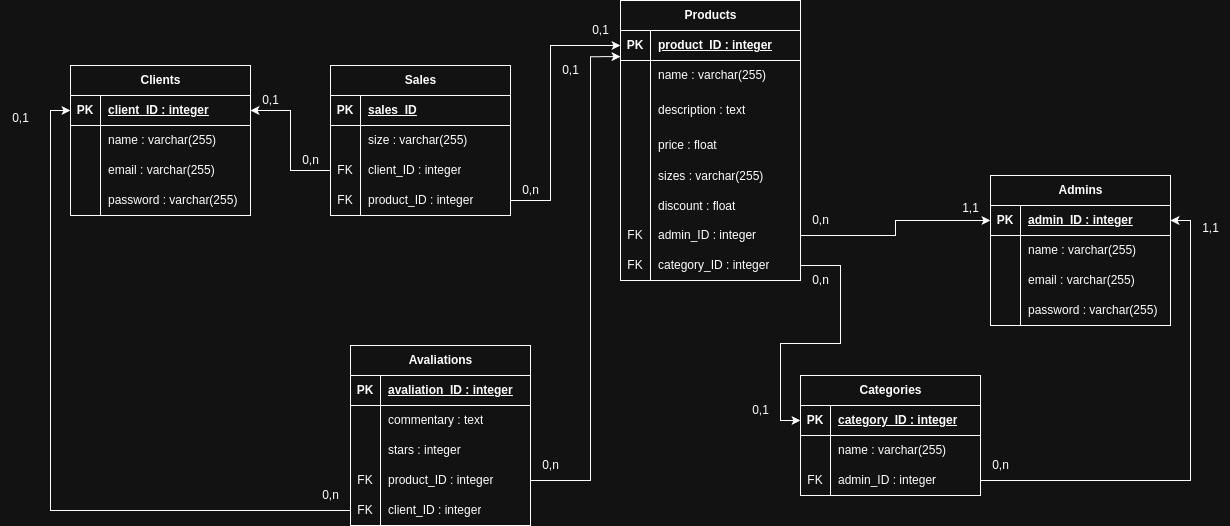
The draw.io diagram docs/db/KpEsportes_DB_MR.png in Alysson-Chrysthian/Kp-Esportes_Backend, before a commit. Source tidied: cells renumbered, new cells last; positions are measured from the earlier drawing's top-left corner, leaving out a move shared by most shapes.
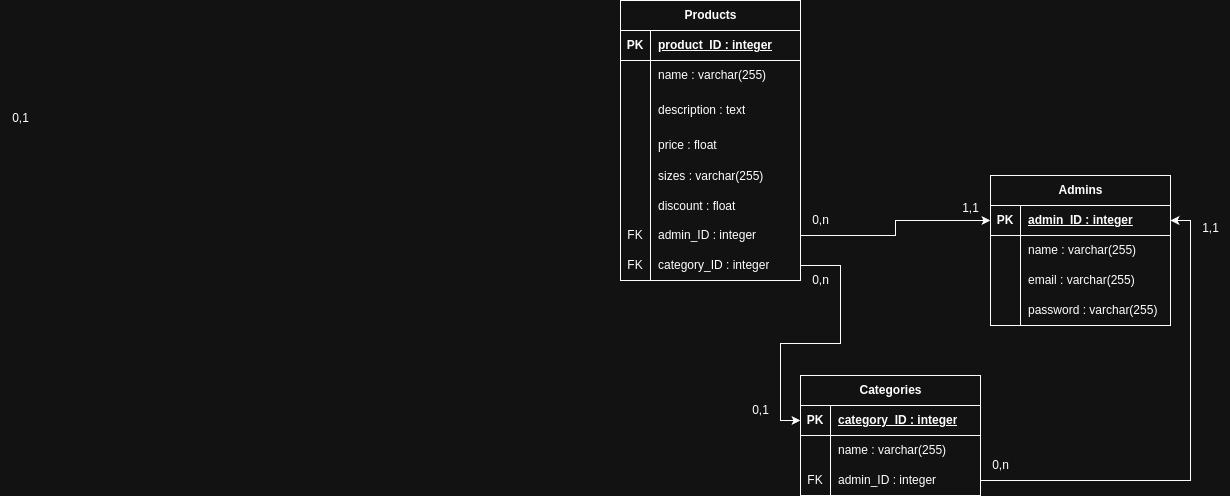
Later version of the same file.

Diff of the diagram source:
```diff
@@ -2,45 +2,6 @@
   <root>
     <mxCell id="0" />
     <mxCell id="1" parent="0" />
-    <mxCell id="2" value="Clients" style="shape=table;startSize=30;rowLines=0;fontStyle=1;align=center;html=1;" parent="1" vertex="1">
-      <mxGeometry x="70" y="65" width="180" height="150" as="geometry" />
-    </mxCell>
-    <mxCell id="3" style="shape=tableRow;horizontal=0;startSize=0;swimlaneHead=0;swimlaneBody=0;fillColor=none;points=[[0,0.5],[1,0.5]];portConstraint=eastwest;top=0;left=0;right=0;bottom=1;" parent="2" vertex="1">
-      <mxGeometry y="30" width="180" height="30" as="geometry" />
-    </mxCell>
-    <mxCell id="4" value="PK" style="shape=partialRectangle;fillColor=none;top=0;left=0;bottom=0;right=0;fontStyle=1;overflow=hidden;whiteSpace=wrap;html=1;" parent="3" vertex="1">
-      <mxGeometry width="30" height="30" as="geometry" />
-    </mxCell>
-    <mxCell id="5" value="client_ID : integer" style="shape=partialRectangle;fillColor=none;top=0;left=0;bottom=0;right=0;align=left;spacingLeft=6;fontStyle=5;overflow=hidden;whiteSpace=wrap;html=1;" parent="3" vertex="1">
-      <mxGeometry x="30" width="150" height="30" as="geometry" />
-    </mxCell>
-    <mxCell id="6" style="shape=tableRow;horizontal=0;startSize=0;swimlaneHead=0;swimlaneBody=0;fillColor=none;top=0;left=0;right=0;bottom=0;" parent="2" vertex="1">
-      <mxGeometry y="60" width="180" height="30" as="geometry" />
-    </mxCell>
-    <mxCell id="7" style="shape=partialRectangle;fillColor=none;top=0;left=0;bottom=0;right=0;overflow=hidden;whiteSpace=wrap;html=1;" parent="6" vertex="1">
-      <mxGeometry width="30" height="30" as="geometry" />
-    </mxCell>
-    <mxCell id="8" value="name : varchar(255)" style="shape=partialRectangle;fillColor=none;top=0;left=0;bottom=0;right=0;align=left;spacingLeft=6;overflow=hidden;whiteSpace=wrap;html=1;" parent="6" vertex="1">
-      <mxGeometry x="30" width="150" height="30" as="geometry" />
-    </mxCell>
-    <mxCell id="9" style="shape=tableRow;horizontal=0;startSize=0;swimlaneHead=0;swimlaneBody=0;fillColor=none;top=0;left=0;right=0;bottom=0;" parent="2" vertex="1">
-      <mxGeometry y="90" width="180" height="30" as="geometry" />
-    </mxCell>
-    <mxCell id="10" style="shape=partialRectangle;fillColor=none;top=0;left=0;bottom=0;right=0;overflow=hidden;whiteSpace=wrap;html=1;" parent="9" vertex="1">
-      <mxGeometry width="30" height="30" as="geometry" />
-    </mxCell>
-    <mxCell id="11" value="email : varchar(255)" style="shape=partialRectangle;fillColor=none;top=0;left=0;bottom=0;right=0;align=left;spacingLeft=6;overflow=hidden;whiteSpace=wrap;html=1;" parent="9" vertex="1">
-      <mxGeometry x="30" width="150" height="30" as="geometry" />
-    </mxCell>
-    <mxCell id="12" style="shape=tableRow;horizontal=0;startSize=0;swimlaneHead=0;swimlaneBody=0;fillColor=none;top=0;left=0;right=0;bottom=0;" parent="2" vertex="1">
-      <mxGeometry y="120" width="180" height="30" as="geometry" />
-    </mxCell>
-    <mxCell id="13" style="shape=partialRectangle;fillColor=none;top=0;left=0;bottom=0;right=0;overflow=hidden;whiteSpace=wrap;html=1;" parent="12" vertex="1">
-      <mxGeometry width="30" height="30" as="geometry" />
-    </mxCell>
-    <mxCell id="14" value="password : varchar(255)" style="shape=partialRectangle;fillColor=none;top=0;left=0;bottom=0;right=0;align=left;spacingLeft=6;overflow=hidden;whiteSpace=wrap;html=1;" parent="12" vertex="1">
-      <mxGeometry x="30" width="150" height="30" as="geometry" />
-    </mxCell>
     <mxCell id="15" value="Admins" style="shape=table;startSize=30;rowLines=0;fontStyle=1;align=center;html=1;" parent="1" vertex="1">
       <mxGeometry x="990" y="175" width="180" height="150" as="geometry" />
     </mxCell>
@@ -155,45 +116,6 @@
     <mxCell id="52" value="category_ID : integer" style="shape=partialRectangle;fillColor=none;top=0;left=0;bottom=0;right=0;align=left;spacingLeft=6;fontStyle=0;overflow=hidden;whiteSpace=wrap;html=1;" parent="50" vertex="1">
       <mxGeometry x="30" width="150" height="30" as="geometry" />
     </mxCell>
-    <mxCell id="53" value="Sales" style="shape=table;startSize=30;rowLines=0;fontStyle=1;align=center;html=1;" parent="1" vertex="1">
-      <mxGeometry x="330" y="65" width="180" height="150" as="geometry" />
-    </mxCell>
-    <mxCell id="54" style="shape=tableRow;horizontal=0;startSize=0;swimlaneHead=0;swimlaneBody=0;fillColor=none;top=0;left=0;right=0;bottom=1;" parent="53" vertex="1">
-      <mxGeometry y="30" width="180" height="30" as="geometry" />
-    </mxCell>
-    <mxCell id="55" value="PK" style="shape=partialRectangle;fillColor=none;top=0;left=0;bottom=0;right=0;fontStyle=1;overflow=hidden;whiteSpace=wrap;html=1;" parent="54" vertex="1">
-      <mxGeometry width="30" height="30" as="geometry" />
-    </mxCell>
-    <mxCell id="56" value="sales_ID" style="shape=partialRectangle;fillColor=none;top=0;left=0;bottom=0;right=0;align=left;spacingLeft=6;fontStyle=5;overflow=hidden;whiteSpace=wrap;html=1;" parent="54" vertex="1">
-      <mxGeometry x="30" width="150" height="30" as="geometry" />
-    </mxCell>
-    <mxCell id="57" style="shape=tableRow;horizontal=0;startSize=0;swimlaneHead=0;swimlaneBody=0;fillColor=none;top=0;left=0;right=0;bottom=0;" parent="53" vertex="1">
-      <mxGeometry y="60" width="180" height="30" as="geometry" />
-    </mxCell>
-    <mxCell id="58" style="shape=partialRectangle;fillColor=none;top=0;left=0;bottom=0;right=0;overflow=hidden;whiteSpace=wrap;html=1;" parent="57" vertex="1">
-      <mxGeometry width="30" height="30" as="geometry" />
-    </mxCell>
-    <mxCell id="59" value="size : varchar(255)" style="shape=partialRectangle;fillColor=none;top=0;left=0;bottom=0;right=0;align=left;spacingLeft=6;overflow=hidden;whiteSpace=wrap;html=1;" parent="57" vertex="1">
-      <mxGeometry x="30" width="150" height="30" as="geometry" />
-    </mxCell>
-    <mxCell id="60" style="shape=tableRow;horizontal=0;startSize=0;swimlaneHead=0;swimlaneBody=0;fillColor=none;points=[[0,0.5],[1,0.5]];portConstraint=eastwest;top=0;left=0;right=0;bottom=0;" parent="53" vertex="1">
-      <mxGeometry y="90" width="180" height="30" as="geometry" />
-    </mxCell>
-    <mxCell id="61" value="FK" style="shape=partialRectangle;fillColor=none;top=0;left=0;bottom=0;right=0;overflow=hidden;whiteSpace=wrap;html=1;" parent="60" vertex="1">
-      <mxGeometry width="30" height="30" as="geometry" />
-    </mxCell>
-    <mxCell id="62" value="client_ID : integer" style="shape=partialRectangle;fillColor=none;top=0;left=0;bottom=0;right=0;align=left;spacingLeft=6;overflow=hidden;whiteSpace=wrap;html=1;" parent="60" vertex="1">
-      <mxGeometry x="30" width="150" height="30" as="geometry" />
-    </mxCell>
-    <mxCell id="63" style="shape=tableRow;horizontal=0;startSize=0;swimlaneHead=0;swimlaneBody=0;fillColor=none;points=[[0,0.5],[1,0.5]];portConstraint=eastwest;top=0;left=0;right=0;bottom=0;" parent="53" vertex="1">
-      <mxGeometry y="120" width="180" height="30" as="geometry" />
-    </mxCell>
-    <mxCell id="64" value="FK" style="shape=partialRectangle;fillColor=none;top=0;left=0;bottom=0;right=0;overflow=hidden;whiteSpace=wrap;html=1;" parent="63" vertex="1">
-      <mxGeometry width="30" height="30" as="geometry" />
-    </mxCell>
-    <mxCell id="65" value="product_ID : integer" style="shape=partialRectangle;fillColor=none;top=0;left=0;bottom=0;right=0;align=left;spacingLeft=6;overflow=hidden;whiteSpace=wrap;html=1;" parent="63" vertex="1">
-      <mxGeometry x="30" width="150" height="30" as="geometry" />
-    </mxCell>
     <mxCell id="66" value="Categories" style="shape=table;startSize=30;rowLines=0;fontStyle=1;align=center;html=1;" parent="1" vertex="1">
       <mxGeometry x="800" y="375" width="180" height="120" as="geometry" />
     </mxCell>
@@ -224,77 +146,6 @@
     <mxCell id="75" value="admin_ID : integer" style="shape=partialRectangle;fillColor=none;top=0;left=0;bottom=0;right=0;align=left;spacingLeft=6;fontStyle=0;overflow=hidden;whiteSpace=wrap;html=1;" parent="73" vertex="1">
       <mxGeometry x="30" width="150" height="30" as="geometry" />
     </mxCell>
-    <mxCell id="76" value="Avaliations" style="shape=table;startSize=30;rowLines=0;fontStyle=1;align=center;html=1;" parent="1" vertex="1">
-      <mxGeometry x="350" y="345" width="180" height="180" as="geometry" />
-    </mxCell>
-    <mxCell id="77" style="shape=tableRow;horizontal=0;startSize=0;swimlaneHead=0;swimlaneBody=0;fillColor=none;top=0;left=0;right=0;bottom=1;" parent="76" vertex="1">
-      <mxGeometry y="30" width="180" height="30" as="geometry" />
-    </mxCell>
-    <mxCell id="78" value="PK" style="shape=partialRectangle;fillColor=none;top=0;left=0;bottom=0;right=0;fontStyle=1;overflow=hidden;whiteSpace=wrap;html=1;" parent="77" vertex="1">
-      <mxGeometry width="30" height="30" as="geometry" />
-    </mxCell>
-    <mxCell id="79" value="avaliation_ID : integer" style="shape=partialRectangle;fillColor=none;top=0;left=0;bottom=0;right=0;align=left;spacingLeft=6;fontStyle=5;overflow=hidden;whiteSpace=wrap;html=1;" parent="77" vertex="1">
-      <mxGeometry x="30" width="150" height="30" as="geometry" />
-    </mxCell>
-    <mxCell id="80" style="shape=tableRow;horizontal=0;startSize=0;swimlaneHead=0;swimlaneBody=0;fillColor=none;top=0;left=0;right=0;bottom=0;" parent="76" vertex="1">
-      <mxGeometry y="60" width="180" height="30" as="geometry" />
-    </mxCell>
-    <mxCell id="81" style="shape=partialRectangle;fillColor=none;top=0;left=0;bottom=0;right=0;overflow=hidden;whiteSpace=wrap;html=1;" parent="80" vertex="1">
-      <mxGeometry width="30" height="30" as="geometry" />
-    </mxCell>
-    <mxCell id="82" value="commentary : text" style="shape=partialRectangle;fillColor=none;top=0;left=0;bottom=0;right=0;align=left;spacingLeft=6;overflow=hidden;whiteSpace=wrap;html=1;" parent="80" vertex="1">
-      <mxGeometry x="30" width="150" height="30" as="geometry" />
-    </mxCell>
-    <mxCell id="83" style="shape=tableRow;horizontal=0;startSize=0;swimlaneHead=0;swimlaneBody=0;fillColor=none;top=0;left=0;right=0;bottom=0;" parent="76" vertex="1">
-      <mxGeometry y="90" width="180" height="30" as="geometry" />
-    </mxCell>
-    <mxCell id="84" style="shape=partialRectangle;fillColor=none;top=0;left=0;bottom=0;right=0;overflow=hidden;whiteSpace=wrap;html=1;" parent="83" vertex="1">
-      <mxGeometry width="30" height="30" as="geometry" />
-    </mxCell>
-    <mxCell id="85" value="stars : integer" style="shape=partialRectangle;fillColor=none;top=0;left=0;bottom=0;right=0;align=left;spacingLeft=6;overflow=hidden;whiteSpace=wrap;html=1;" parent="83" vertex="1">
-      <mxGeometry x="30" width="150" height="30" as="geometry" />
-    </mxCell>
-    <mxCell id="86" style="shape=tableRow;horizontal=0;startSize=0;swimlaneHead=0;swimlaneBody=0;fillColor=none;points=[[0,0.5],[1,0.5]];portConstraint=eastwest;top=0;left=0;right=0;bottom=0;" parent="76" vertex="1">
-      <mxGeometry y="120" width="180" height="30" as="geometry" />
-    </mxCell>
-    <mxCell id="87" value="FK" style="shape=partialRectangle;fillColor=none;top=0;left=0;bottom=0;right=0;fontStyle=0;overflow=hidden;whiteSpace=wrap;html=1;" parent="86" vertex="1">
-      <mxGeometry width="30" height="30" as="geometry" />
-    </mxCell>
-    <mxCell id="88" value="product_ID : integer" style="shape=partialRectangle;fillColor=none;top=0;left=0;bottom=0;right=0;align=left;spacingLeft=6;fontStyle=0;overflow=hidden;whiteSpace=wrap;html=1;" parent="86" vertex="1">
-      <mxGeometry x="30" width="150" height="30" as="geometry" />
-    </mxCell>
-    <mxCell id="89" style="shape=tableRow;horizontal=0;startSize=0;swimlaneHead=0;swimlaneBody=0;fillColor=none;points=[[0,0.5],[1,0.5]];portConstraint=eastwest;top=0;left=0;right=0;bottom=0;" parent="76" vertex="1">
-      <mxGeometry y="150" width="180" height="30" as="geometry" />
-    </mxCell>
-    <mxCell id="90" value="FK" style="shape=partialRectangle;fillColor=none;top=0;left=0;bottom=0;right=0;overflow=hidden;whiteSpace=wrap;html=1;" parent="89" vertex="1">
-      <mxGeometry width="30" height="30" as="geometry" />
-    </mxCell>
-    <mxCell id="91" value="client_ID : integer" style="shape=partialRectangle;fillColor=none;top=0;left=0;bottom=0;right=0;align=left;spacingLeft=6;overflow=hidden;whiteSpace=wrap;html=1;" parent="89" vertex="1">
-      <mxGeometry x="30" width="150" height="30" as="geometry" />
-    </mxCell>
-    <mxCell id="92" style="edgeStyle=orthogonalEdgeStyle;rounded=0;jettySize=auto;html=1;entryX=1;entryY=0.5;entryDx=0;entryDy=0;" parent="1" edge="1" source="60" target="3">
-      <mxGeometry relative="1" as="geometry" />
-    </mxCell>
-    <mxCell id="93" value="0,1" style="text;html=1;align=center;verticalAlign=middle;strokeColor=none;fillColor=none;" parent="1" vertex="1">
-      <mxGeometry x="250" y="85" width="40" height="30" as="geometry" />
-    </mxCell>
-    <mxCell id="94" value="0,n" style="text;html=1;align=center;verticalAlign=middle;strokeColor=none;fillColor=none;" parent="1" vertex="1">
-      <mxGeometry x="290" y="145" width="40" height="30" as="geometry" />
-    </mxCell>
-    <mxCell id="95" style="edgeStyle=orthogonalEdgeStyle;rounded=0;jettySize=auto;html=1;entryX=0;entryY=0.5;entryDx=0;entryDy=0;" parent="1" edge="1" source="63" target="29">
-      <mxGeometry relative="1" as="geometry">
-        <Array as="points">
-          <mxPoint x="550" y="200" />
-          <mxPoint x="550" y="45" />
-        </Array>
-      </mxGeometry>
-    </mxCell>
-    <mxCell id="96" value="0,1" style="text;html=1;align=center;verticalAlign=middle;strokeColor=none;fillColor=none;" parent="1" vertex="1">
-      <mxGeometry x="580" y="15" width="40" height="30" as="geometry" />
-    </mxCell>
-    <mxCell id="97" value="0,n" style="text;html=1;align=center;verticalAlign=middle;strokeColor=none;fillColor=none;" parent="1" vertex="1">
-      <mxGeometry x="510" y="175" width="40" height="30" as="geometry" />
-    </mxCell>
     <mxCell id="98" style="edgeStyle=orthogonalEdgeStyle;rounded=0;jettySize=auto;html=1;entryX=0;entryY=0.5;entryDx=0;entryDy=0;" parent="1" edge="1" source="47" target="16">
       <mxGeometry relative="1" as="geometry" />
     </mxCell>
@@ -329,28 +180,8 @@
     <mxCell id="106" value="0,n" style="text;html=1;align=center;verticalAlign=middle;strokeColor=none;fillColor=none;" parent="1" vertex="1">
       <mxGeometry x="980" y="450" width="40" height="30" as="geometry" />
     </mxCell>
-    <mxCell id="107" style="edgeStyle=orthogonalEdgeStyle;rounded=0;jettySize=auto;html=1;entryX=0;entryY=0.5;entryDx=0;entryDy=0;" parent="1" edge="1" source="89" target="3">
-      <mxGeometry relative="1" as="geometry" />
-    </mxCell>
     <mxCell id="108" value="0,1" style="text;html=1;align=center;verticalAlign=middle;strokeColor=none;fillColor=none;" parent="1" vertex="1">
       <mxGeometry y="103" width="40" height="30" as="geometry" />
     </mxCell>
-    <mxCell id="109" value="0,n" style="text;html=1;align=center;verticalAlign=middle;strokeColor=none;fillColor=none;" parent="1" vertex="1">
-      <mxGeometry x="310" y="480" width="40" height="30" as="geometry" />
-    </mxCell>
-    <mxCell id="110" value="0,n" style="text;html=1;align=center;verticalAlign=middle;strokeColor=none;fillColor=none;" parent="1" vertex="1">
-      <mxGeometry x="530" y="450" width="40" height="30" as="geometry" />
-    </mxCell>
-    <mxCell id="111" style="edgeStyle=orthogonalEdgeStyle;rounded=0;jettySize=auto;html=1;exitX=1;exitY=0.5;exitDx=0;exitDy=0;entryX=0;entryY=0.872;entryDx=0;entryDy=0;entryPerimeter=0;" parent="1" edge="1" source="86" target="29">
-      <mxGeometry relative="1" as="geometry">
-        <Array as="points">
-          <mxPoint x="590" y="480" />
-          <mxPoint x="590" y="56" />
-        </Array>
-      </mxGeometry>
-    </mxCell>
-    <mxCell id="112" value="0,1" style="text;html=1;align=center;verticalAlign=middle;strokeColor=none;fillColor=none;" parent="1" vertex="1">
-      <mxGeometry x="550" y="55" width="40" height="30" as="geometry" />
-    </mxCell>
   </root>
 </mxGraphModel>
```
